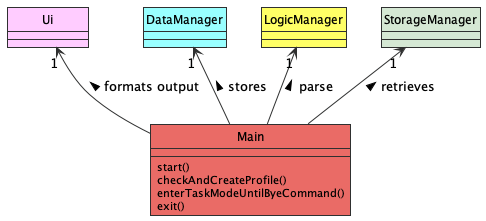
Before: docs/images/MainClass.png, a diagram exported from PlantUML (tryyang2001/tp).
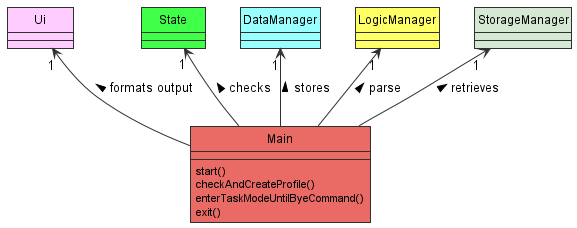
After the change.

What changed in the source:
```diff
@@ -3,12 +3,15 @@
 hide circle
 
 class  "        Ui        " as Ui
+class "     State     " as State STATE_COLOUR
 
 class DataManager DATA_COLOUR
 DataManager "1" <-- Main: stores <
 LogicManager "1" <-- Main : parse <
 Ui "1" <-- Main : formats output <
 StorageManager "1" <-- Main : retrieves <
+State "1" <-- Main : checks <
+
 
 class Main MAIN_COLOUR {
 start()
```
